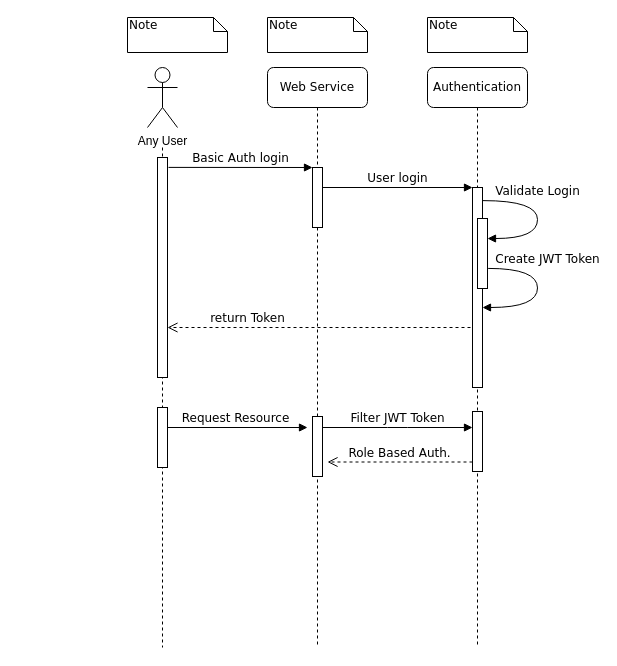
This is src/graphics/Authentication.drawio from IP5-Cloudbasiertes-Praxisrufsystem/IP5-documentation, a draw.io file, before an edit. Source tidied: cells renumbered, new cells numbered last; positions are measured from the earlier drawing's top-left corner, leaving out a move shared by most shapes. Both pictures are drawn from the tidied source at 100%, with x=0, y=0 at pixel (127, 17).
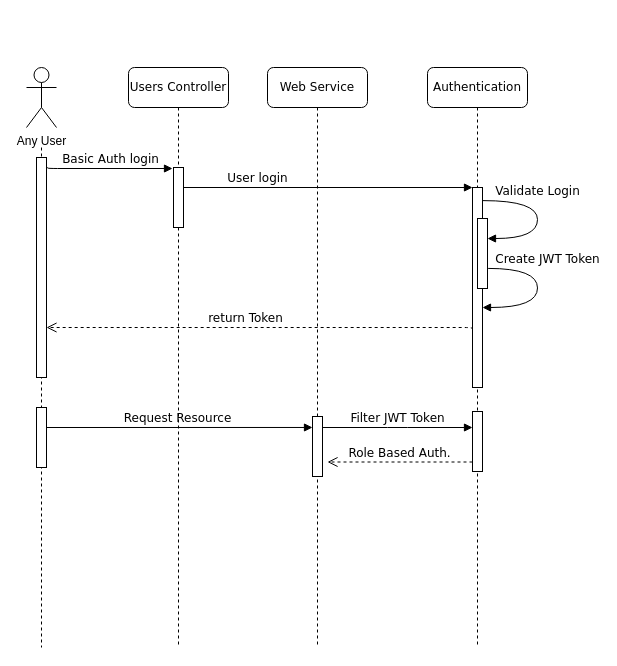
After the change.

Unchanged cells that the change refers to:
```xml
<mxCell id="2" value="Web Service" style="shape=umlLifeline;perimeter=lifelinePerimeter;whiteSpace=wrap;html=1;rounded=1;shadow=0;comic=0;labelBackgroundColor=none;strokeWidth=1;fontFamily=Verdana;fontSize=12;align=center;" parent="1" vertex="1">
  <mxGeometry x="140" y="50" width="100" height="580" as="geometry" />
</mxCell>
<mxCell id="5" style="html=1;points=[];perimeter=orthogonalPerimeter;rounded=0;shadow=0;comic=0;labelBackgroundColor=none;strokeWidth=1;fontFamily=Verdana;fontSize=12;align=center;" parent="4" vertex="1">
  <mxGeometry x="45" y="120" width="10" height="200" as="geometry" />
</mxCell>
<mxCell id="20" style="html=1;points=[];perimeter=orthogonalPerimeter;rounded=0;shadow=0;comic=0;labelBackgroundColor=none;strokeWidth=1;fontFamily=Verdana;fontSize=12;align=center;" parent="1" vertex="1">
  <mxGeometry x="185" y="399" width="10" height="60" as="geometry" />
</mxCell>
```

Change to the diagram source:
```diff
@@
-    <mxCell id="3" style="html=1;points=[];perimeter=orthogonalPerimeter;rounded=0;shadow=0;comic=0;labelBackgroundColor=none;strokeWidth=1;fontFamily=Verdana;fontSize=12;align=center;" parent="2" vertex="1">
-      <mxGeometry x="45" y="100" width="10" height="60" as="geometry" />
-    </mxCell>
@@
-    <mxCell id="6" value="Request Resource" style="html=1;verticalAlign=bottom;endArrow=block;labelBackgroundColor=none;fontFamily=Verdana;fontSize=12;" parent="1" edge="1">
+    <mxCell id="6" value="Request Resource" style="html=1;verticalAlign=bottom;endArrow=block;labelBackgroundColor=none;fontFamily=Verdana;fontSize=12;entryX=0;entryY=0.183;entryDx=0;entryDy=0;entryPerimeter=0;" parent="1" edge="1" target="20">
       <mxGeometry relative="1" as="geometry">
-        <mxPoint x="35" y="410" as="sourcePoint" />
-        <mxPoint x="180" y="410" as="targetPoint" />
+        <mxPoint x="-86" y="410" as="sourcePoint" />
       </mxGeometry>
     </mxCell>
-    <mxCell id="7" value="Basic Auth login" style="html=1;verticalAlign=bottom;endArrow=block;entryX=0;entryY=0;labelBackgroundColor=none;fontFamily=Verdana;fontSize=12;edgeStyle=elbowEdgeStyle;elbow=vertical;exitX=1.1;exitY=0.045;exitDx=0;exitDy=0;exitPerimeter=0;" parent="1" edge="1" source="14" target="3">
+    <mxCell id="7" value="Basic Auth login" style="html=1;verticalAlign=bottom;endArrow=block;labelBackgroundColor=none;fontFamily=Verdana;fontSize=12;edgeStyle=elbowEdgeStyle;elbow=vertical;exitX=1.1;exitY=0.045;exitDx=0;exitDy=0;exitPerimeter=0;entryX=-0.1;entryY=0.033;entryDx=0;entryDy=0;entryPerimeter=0;" parent="1" edge="1" source="14" target="3">
       <mxGeometry relative="1" as="geometry" />
     </mxCell>
-    <mxCell id="8" value="User login" style="html=1;verticalAlign=bottom;endArrow=block;entryX=0;entryY=0;labelBackgroundColor=none;fontFamily=Verdana;fontSize=12;edgeStyle=elbowEdgeStyle;elbow=vertical;" parent="1" edge="1" source="3" target="5">
-      <mxGeometry relative="1" as="geometry" />
+    <mxCell id="8" value="User login" style="html=1;verticalAlign=bottom;endArrow=block;entryX=0;entryY=0;labelBackgroundColor=none;fontFamily=Verdana;fontSize=12;edgeStyle=elbowEdgeStyle;elbow=vertical;" parent="1" edge="1" source="24" target="5">
+      <mxGeometry x="-0.47" relative="1" as="geometry">
+        <mxPoint x="1" as="offset" />
+      </mxGeometry>
     </mxCell>
-    <mxCell id="9" value="Note" style="shape=note;whiteSpace=wrap;html=1;size=14;verticalAlign=top;align=left;spacingTop=-6;rounded=0;shadow=0;comic=0;labelBackgroundColor=none;strokeWidth=1;fontFamily=Verdana;fontSize=12;" parent="1" vertex="1">
-      <mxGeometry width="100" height="35" as="geometry" />
-    </mxCell>
-    <mxCell id="10" value="Note" style="shape=note;whiteSpace=wrap;html=1;size=14;verticalAlign=top;align=left;spacingTop=-6;rounded=0;shadow=0;comic=0;labelBackgroundColor=none;strokeWidth=1;fontFamily=Verdana;fontSize=12;" parent="1" vertex="1">
-      <mxGeometry x="140" width="100" height="35" as="geometry" />
-    </mxCell>
-    <mxCell id="11" value="Note" style="shape=note;whiteSpace=wrap;html=1;size=14;verticalAlign=top;align=left;spacingTop=-6;rounded=0;shadow=0;comic=0;labelBackgroundColor=none;strokeWidth=1;fontFamily=Verdana;fontSize=12;" parent="1" vertex="1">
-      <mxGeometry x="300" width="100" height="35" as="geometry" />
-    </mxCell>
     <mxCell id="12" style="edgeStyle=orthogonalEdgeStyle;rounded=0;orthogonalLoop=1;jettySize=auto;html=1;endArrow=none;endFill=0;dashed=1;" parent="1" edge="1">
       <mxGeometry relative="1" as="geometry">
-        <mxPoint x="35" y="130" as="sourcePoint" />
-        <mxPoint x="35" y="630" as="targetPoint" />
+        <mxPoint x="-86" y="130" as="sourcePoint" />
+        <mxPoint x="-86" y="630" as="targetPoint" />
       </mxGeometry>
     </mxCell>
     <mxCell id="13" value="Any User" style="shape=umlActor;verticalLabelPosition=bottom;verticalAlign=top;html=1;" parent="1" vertex="1">
-      <mxGeometry x="20" y="50" width="30" height="60" as="geometry" />
+      <mxGeometry x="-101" y="50" width="30" height="60" as="geometry" />
     </mxCell>
     <mxCell id="14" style="html=1;points=[];perimeter=orthogonalPerimeter;rounded=0;shadow=0;comic=0;labelBackgroundColor=none;strokeWidth=1;fontFamily=Verdana;fontSize=12;align=center;" parent="1" vertex="1">
-      <mxGeometry x="30" y="140" width="10" height="220" as="geometry" />
+      <mxGeometry x="-91" y="140" width="10" height="220" as="geometry" />
     </mxCell>
@@
-    <mxCell id="18" value="return Token" style="html=1;verticalAlign=bottom;endArrow=open;dashed=1;endSize=8;labelBackgroundColor=none;fontFamily=Verdana;fontSize=12;edgeStyle=elbowEdgeStyle;elbow=vertical;entryX=1;entryY=0.773;entryDx=0;entryDy=0;entryPerimeter=0;" parent="1" edge="1" target="14">
-      <mxGeometry x="0.47" relative="1" as="geometry">
-        <mxPoint x="343" y="310" as="sourcePoint" />
+    <mxCell id="18" value="return Token" style="html=1;verticalAlign=bottom;endArrow=open;dashed=1;endSize=8;labelBackgroundColor=none;fontFamily=Verdana;fontSize=12;edgeStyle=elbowEdgeStyle;elbow=vertical;entryX=1;entryY=0.773;entryDx=0;entryDy=0;entryPerimeter=0;exitX=0;exitY=0.71;exitDx=0;exitDy=0;exitPerimeter=0;" parent="1" edge="1" source="5" target="14">
+      <mxGeometry x="0.07" relative="1" as="geometry">
         <Array as="points">
-          <mxPoint x="288" y="310" />
-          <mxPoint x="318" y="310" />
+          <mxPoint x="167" y="310" />
+          <mxPoint x="197" y="310" />
         </Array>
       </mxGeometry>
     </mxCell>
     <mxCell id="19" style="html=1;perimeter=orthogonalPerimeter;rounded=0;shadow=0;comic=0;labelBackgroundColor=none;strokeWidth=1;fontFamily=Verdana;fontSize=12;align=center;" parent="1" vertex="1">
-      <mxGeometry x="30" y="390" width="10" height="60" as="geometry" />
+      <mxGeometry x="-91" y="390" width="10" height="60" as="geometry" />
     </mxCell>
@@
+    <mxCell id="24" value="Users Controller" style="shape=umlLifeline;perimeter=lifelinePerimeter;whiteSpace=wrap;html=1;outlineConnect=0;rounded=1;shadow=0;comic=0;labelBackgroundColor=none;strokeWidth=1;fontFamily=Verdana;fontSize=12;align=center;" parent="1" vertex="1">
+      <mxGeometry x="1" y="50" width="100" height="580" as="geometry" />
+    </mxCell>
+    <mxCell id="3" style="html=1;points=[];perimeter=orthogonalPerimeter;rounded=0;shadow=0;comic=0;labelBackgroundColor=none;strokeWidth=1;fontFamily=Verdana;fontSize=12;align=center;" parent="24" vertex="1">
+      <mxGeometry x="45" y="100" width="10" height="60" as="geometry" />
+    </mxCell>
```
